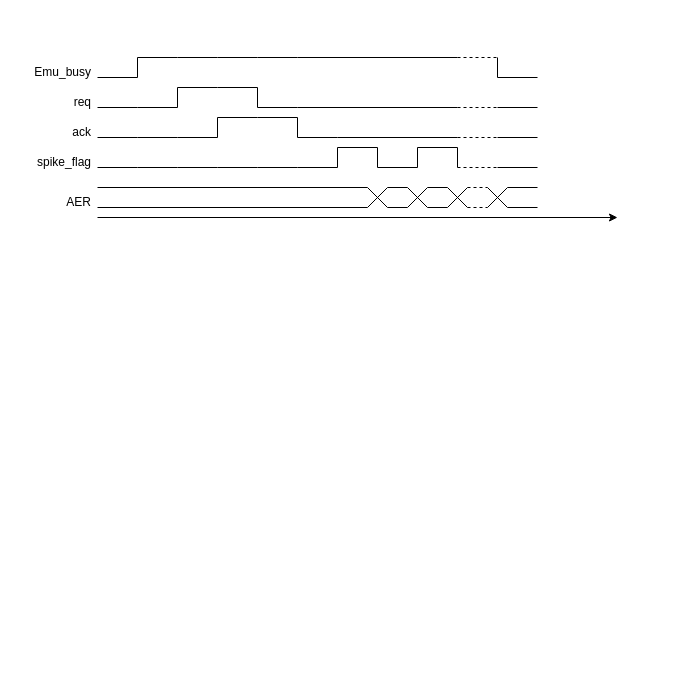
AurelieSa/draw_io keeps this draw.io diagram as protocol.drawio. Above is the earlier version. Source tidied: cells renumbered, new cells numbered last; positions are measured from the earlier drawing's top-left corner, leaving out a move shared by most shapes. Both pictures are drawn from the tidied source at 100%, with x=0, y=0 at pixel (17, 57).
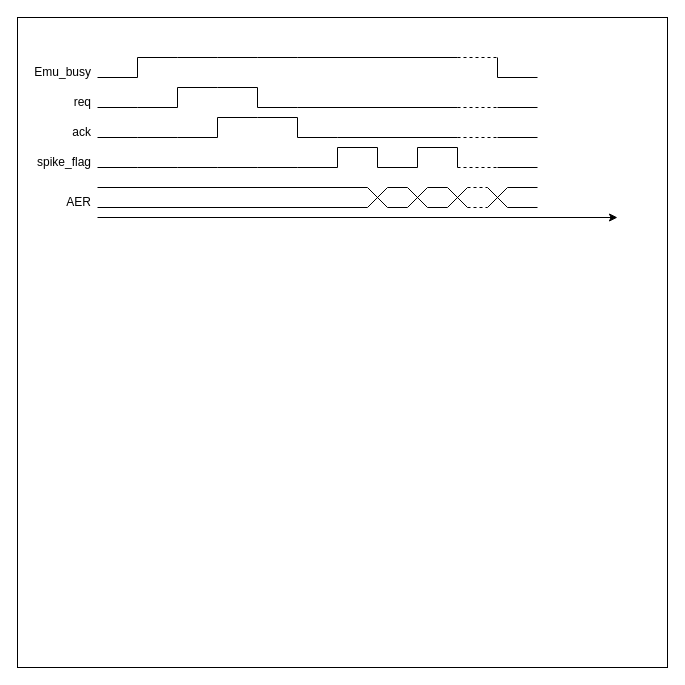
The same page after the edit.

Commit message:
Mettre à jour protocol.drawio

What changed in the source:
```diff
@@
+    <mxCell id="72" style="whiteSpace=wrap;html=1;" parent="1" vertex="1">
+      <mxGeometry y="-40" width="650" height="650" as="geometry" />
+    </mxCell>
```
